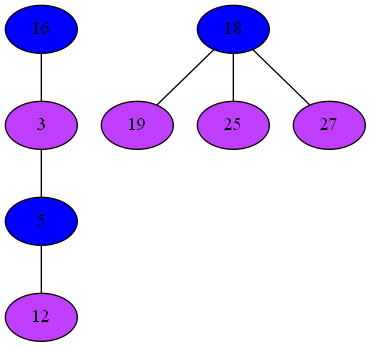
This is Compiler/7iGraph.png from mbajaj92/Project-Astoria, a Graphviz export, as it was before one commit. Its source is kept beside it as Compiler/7iGraph.dot.
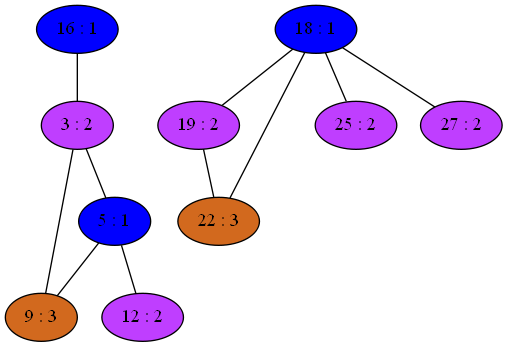
After the commit.

Diff of the diagram source:
```diff
@@ -1,22 +1,32 @@
 strict graph {
-16[label="16" style=filled fillcolor="blue1"];
+16[label="16 : 1" style=filled fillcolor="blue1"];
 16 -- 3
-18[label="18" style=filled fillcolor="blue1"];
+18[label="18 : 1" style=filled fillcolor="blue1"];
 18 -- 19
+18 -- 22
 18 -- 25
 18 -- 27
-19[label="19" style=filled fillcolor="darkorchid1"];
+19[label="19 : 2" style=filled fillcolor="darkorchid1"];
 19 -- 18
-3[label="3" style=filled fillcolor="darkorchid1"];
+19 -- 22
+3[label="3 : 2" style=filled fillcolor="darkorchid1"];
 3 -- 16
 3 -- 5
-5[label="5" style=filled fillcolor="blue1"];
+3 -- 9
+5[label="5 : 1" style=filled fillcolor="blue1"];
 5 -- 3
+5 -- 9
 5 -- 12
-25[label="25" style=filled fillcolor="darkorchid1"];
+22[label="22 : 3" style=filled fillcolor="chocolate"];
+22 -- 18
+22 -- 19
+25[label="25 : 2" style=filled fillcolor="darkorchid1"];
 25 -- 18
-27[label="27" style=filled fillcolor="darkorchid1"];
+9[label="9 : 3" style=filled fillcolor="chocolate"];
+9 -- 3
+9 -- 5
+27[label="27 : 2" style=filled fillcolor="darkorchid1"];
 27 -- 18
-12[label="12" style=filled fillcolor="darkorchid1"];
+12[label="12 : 2" style=filled fillcolor="darkorchid1"];
 12 -- 5
 }
```
